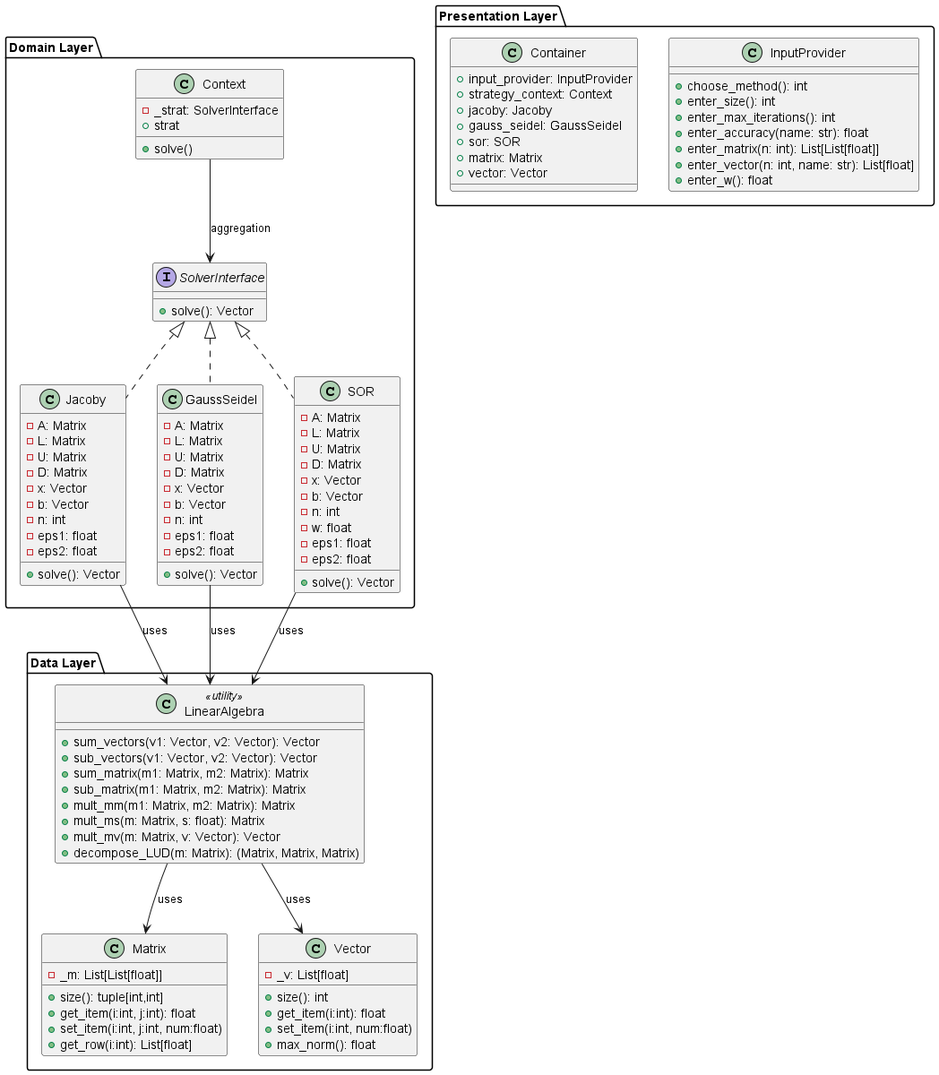
The PlantUML diagram out/digram/digram.png in badgersky/computing_methods_lib, before a commit.
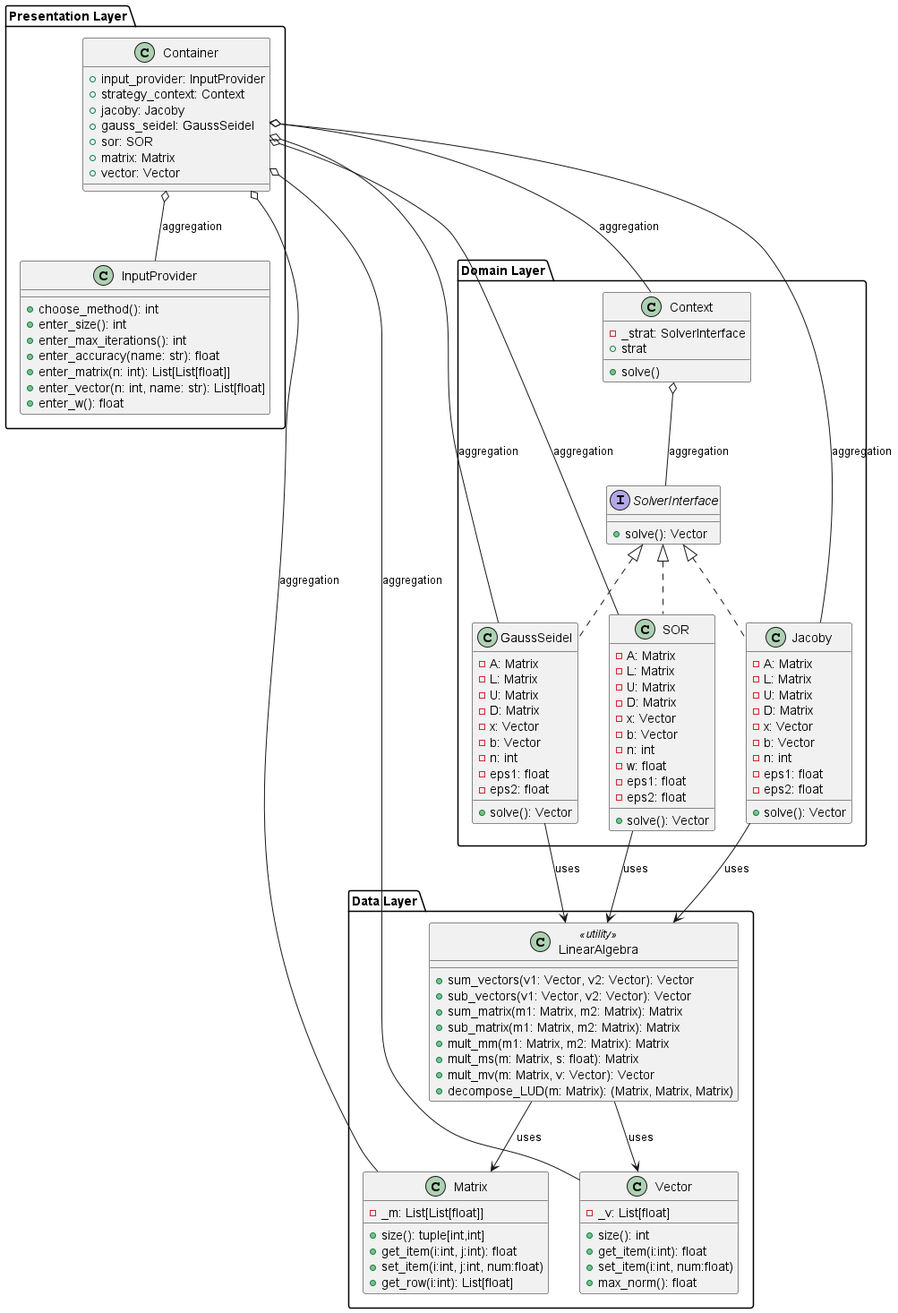
The same file after the commit.

Commit message:
updated uml diagram

The edit, as a diff of the source:
```diff
@@ -105,13 +105,19 @@
 SolverInterface <|.. Jacoby
 SolverInterface <|.. GaussSeidel
 SolverInterface <|.. SOR
-
-Context --> SolverInterface : aggregation
+Context o-- SolverInterface : aggregation
 
 Jacoby --> LinearAlgebra : uses
 SOR --> LinearAlgebra : uses
 GaussSeidel --> LinearAlgebra : uses
-
 LinearAlgebra --> Matrix : uses
 LinearAlgebra --> Vector : uses
+
+Container o-- InputProvider : aggregation
+Container o-- Context : aggregation
+Container o-- Jacoby : aggregation
+Container o-- GaussSeidel : aggregation
+Container o-- SOR : aggregation
+Container o-- Matrix : aggregation
+Container o-- Vector : aggregation
 @enduml
```
